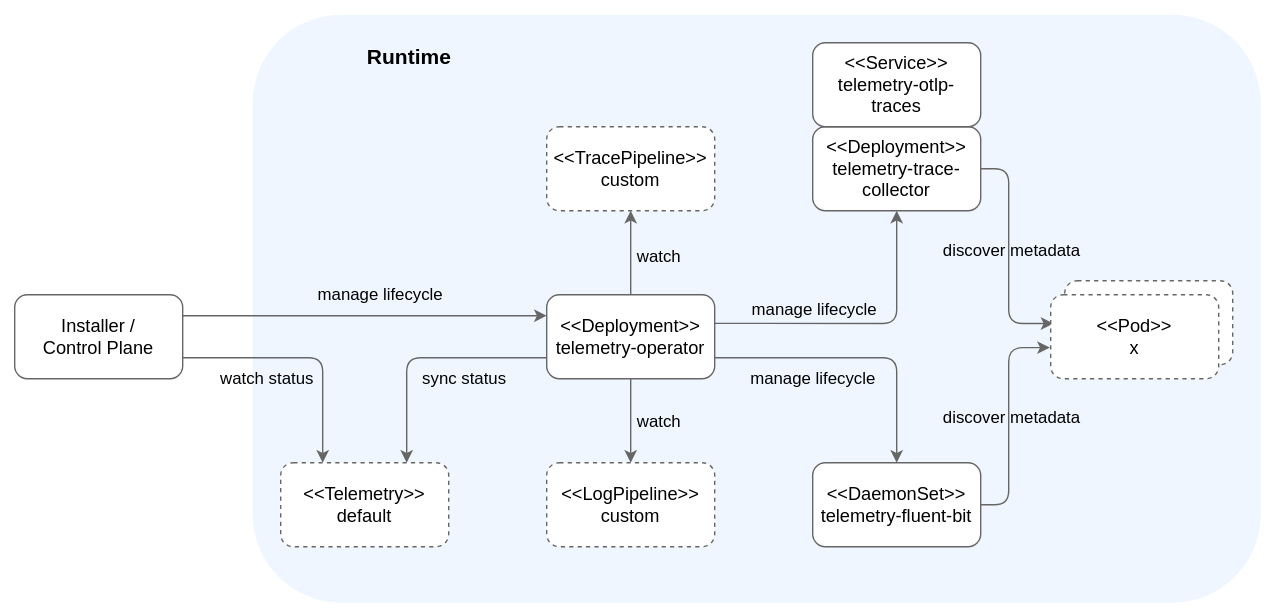
The draw.io diagram docs/user/assets/manager-lifecycle.drawio.svg in kyma-project/telemetry-manager, before a commit. Source tidied: cells renumbered, new cells last; positions are measured from the earlier drawing's top-left corner, leaving out a move shared by most shapes.
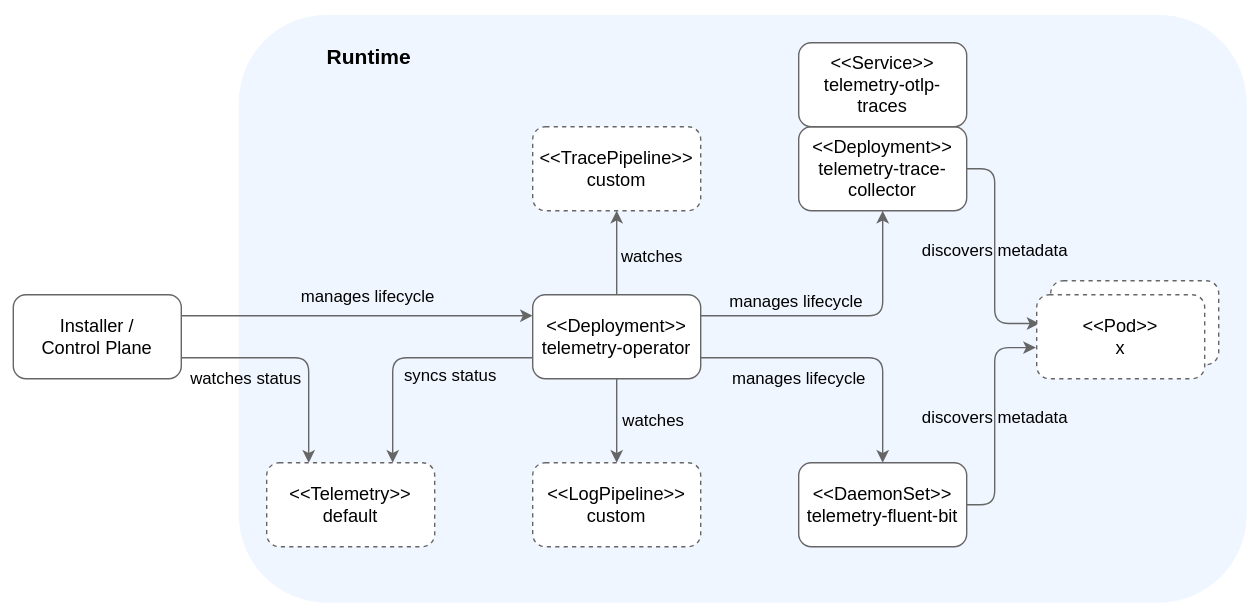
Above is the later version.

What changed in the source:
```diff
@@ -3,15 +3,15 @@
     <mxCell id="0" />
     <mxCell id="1" parent="0" />
     <mxCell id="2" style="rounded=0;whiteSpace=wrap;html=1;strokeColor=none;" parent="1" vertex="1">
-      <mxGeometry width="910" height="440" as="geometry" />
+      <mxGeometry x="10" width="900" height="440" as="geometry" />
     </mxCell>
-    <mxCell id="3" value="&lt;b&gt;&lt;font style=&quot;font-size: 15px;&quot;&gt;Runtime&amp;nbsp; &amp;nbsp; &amp;nbsp; &amp;nbsp; &amp;nbsp; &amp;nbsp; &amp;nbsp; &amp;nbsp; &amp;nbsp; &amp;nbsp; &amp;nbsp; &amp;nbsp; &amp;nbsp; &amp;nbsp; &amp;nbsp; &amp;nbsp; &amp;nbsp; &amp;nbsp; &amp;nbsp; &amp;nbsp; &amp;nbsp; &amp;nbsp; &amp;nbsp; &amp;nbsp; &amp;nbsp; &amp;nbsp; &amp;nbsp; &amp;nbsp; &amp;nbsp; &amp;nbsp; &amp;nbsp; &amp;nbsp; &amp;nbsp; &amp;nbsp; &amp;nbsp; &amp;nbsp; &amp;nbsp; &amp;nbsp; &amp;nbsp; &amp;nbsp; &amp;nbsp; &amp;nbsp; &amp;nbsp; &amp;nbsp; &amp;nbsp; &amp;nbsp; &amp;nbsp; &amp;nbsp; &amp;nbsp; &amp;nbsp; &amp;nbsp; &amp;nbsp; &amp;nbsp; &amp;nbsp; &amp;nbsp; &amp;nbsp; &amp;nbsp; &amp;nbsp; &amp;nbsp; &amp;nbsp;&lt;br&gt;&lt;br&gt;&lt;br&gt;&lt;br&gt;&lt;br&gt;&lt;br&gt;&lt;br&gt;&lt;br&gt;&lt;br&gt;&lt;br&gt;&lt;br&gt;&lt;br&gt;&lt;br&gt;&lt;br&gt;&lt;br&gt;&lt;br&gt;&lt;br&gt;&lt;br&gt;&lt;br&gt;&lt;br&gt;&lt;br&gt;&lt;/font&gt;&lt;/b&gt;" style="rounded=1;whiteSpace=wrap;html=1;strokeColor=none;fillColor=#F0F6FF;" parent="1" vertex="1">
+    <mxCell id="3" value="&lt;b&gt;&lt;font style=&quot;font-size: 15px;&quot;&gt;Runtime&amp;nbsp; &amp;nbsp; &amp;nbsp; &amp;nbsp; &amp;nbsp; &amp;nbsp; &amp;nbsp; &amp;nbsp; &amp;nbsp; &amp;nbsp; &amp;nbsp; &amp;nbsp; &amp;nbsp; &amp;nbsp; &amp;nbsp; &amp;nbsp; &amp;nbsp; &amp;nbsp; &amp;nbsp; &amp;nbsp; &amp;nbsp; &amp;nbsp; &amp;nbsp; &amp;nbsp; &amp;nbsp; &amp;nbsp; &amp;nbsp; &amp;nbsp; &amp;nbsp; &amp;nbsp; &amp;nbsp; &amp;nbsp; &amp;nbsp; &amp;nbsp; &amp;nbsp; &amp;nbsp; &amp;nbsp; &amp;nbsp; &amp;nbsp; &amp;nbsp; &amp;nbsp; &amp;nbsp; &amp;nbsp; &amp;nbsp; &amp;nbsp; &amp;nbsp; &amp;nbsp; &amp;nbsp; &amp;nbsp; &amp;nbsp; &amp;nbsp; &amp;nbsp; &amp;nbsp; &amp;nbsp; &amp;nbsp; &amp;nbsp; &amp;nbsp; &amp;nbsp; &amp;nbsp; &amp;nbsp; &amp;nbsp; &amp;nbsp; &amp;nbsp; &amp;nbsp;&amp;nbsp;&lt;br&gt;&lt;br&gt;&lt;br&gt;&lt;br&gt;&lt;br&gt;&lt;br&gt;&lt;br&gt;&lt;br&gt;&lt;br&gt;&lt;br&gt;&lt;br&gt;&lt;br&gt;&lt;br&gt;&lt;br&gt;&lt;br&gt;&lt;br&gt;&lt;br&gt;&lt;br&gt;&lt;br&gt;&lt;br&gt;&lt;br&gt;&lt;/font&gt;&lt;/b&gt;" style="rounded=1;whiteSpace=wrap;html=1;strokeColor=none;fillColor=#F0F6FF;" parent="1" vertex="1">
       <mxGeometry x="180" y="10" width="720" height="420" as="geometry" />
     </mxCell>
-    <mxCell id="4" style="edgeStyle=orthogonalEdgeStyle;html=1;exitX=1.001;exitY=0.341;exitDx=0;exitDy=0;entryX=0.5;entryY=1;entryDx=0;entryDy=0;elbow=vertical;rounded=1;strokeColor=#666666;exitPerimeter=0;" parent="1" edge="1" source="12" target="16">
+    <mxCell id="4" style="edgeStyle=orthogonalEdgeStyle;html=1;exitX=1;exitY=0.25;exitDx=0;exitDy=0;entryX=0.5;entryY=1;entryDx=0;entryDy=0;elbow=vertical;rounded=1;strokeColor=#666666;" parent="1" edge="1" source="12" target="16">
       <mxGeometry relative="1" as="geometry" />
     </mxCell>
-    <mxCell id="5" value="&lt;font style=&quot;font-size: 12px;&quot;&gt;manage lifecycle&lt;/font&gt;" style="edgeLabel;html=1;align=center;verticalAlign=middle;labelBackgroundColor=none;fontSize=12;" parent="4" vertex="1">
+    <mxCell id="5" value="&lt;font style=&quot;font-size: 12px;&quot;&gt;manages lifecycle&lt;/font&gt;" style="edgeLabel;html=1;align=center;verticalAlign=middle;labelBackgroundColor=none;fontSize=12;" parent="4" vertex="1">
       <mxGeometry x="0.07" y="4" relative="1" as="geometry">
         <mxPoint x="-42" y="-6" as="offset" />
       </mxGeometry>
@@ -19,7 +19,7 @@
     <mxCell id="6" style="edgeStyle=orthogonalEdgeStyle;rounded=1;html=1;exitX=1;exitY=0.75;exitDx=0;exitDy=0;entryX=0.5;entryY=0;entryDx=0;entryDy=0;elbow=vertical;strokeColor=#666666;" parent="1" edge="1" source="12" target="22">
       <mxGeometry relative="1" as="geometry" />
     </mxCell>
-    <mxCell id="7" value="manage lifecycle" style="edgeLabel;html=1;align=center;verticalAlign=middle;fontSize=12;labelBackgroundColor=none;" parent="6" vertex="1">
+    <mxCell id="7" value="manages lifecycle" style="edgeLabel;html=1;align=center;verticalAlign=middle;fontSize=12;labelBackgroundColor=none;" parent="6" vertex="1">
       <mxGeometry x="0.46" y="2" relative="1" as="geometry">
         <mxPoint x="-62" y="-5" as="offset" />
       </mxGeometry>
@@ -27,17 +27,17 @@
     <mxCell id="8" style="edgeStyle=orthogonalEdgeStyle;rounded=1;html=1;exitX=0.5;exitY=0;exitDx=0;exitDy=0;entryX=0.5;entryY=1;entryDx=0;entryDy=0;elbow=vertical;strokeColor=#666666;" parent="1" edge="1" source="12" target="23">
       <mxGeometry relative="1" as="geometry" />
     </mxCell>
-    <mxCell id="9" value="watch" style="edgeLabel;html=1;align=center;verticalAlign=middle;labelBackgroundColor=none;fontSize=12;" parent="8" vertex="1">
+    <mxCell id="9" value="watches" style="edgeLabel;html=1;align=center;verticalAlign=middle;labelBackgroundColor=none;fontSize=12;" parent="8" vertex="1">
       <mxGeometry x="-0.19" relative="1" as="geometry">
-        <mxPoint x="20" y="-3" as="offset" />
+        <mxPoint x="25" y="-3" as="offset" />
       </mxGeometry>
     </mxCell>
     <mxCell id="10" style="edgeStyle=orthogonalEdgeStyle;rounded=1;html=1;exitX=0.5;exitY=1;exitDx=0;exitDy=0;entryX=0.5;entryY=0;entryDx=0;entryDy=0;elbow=vertical;strokeColor=#666666;" parent="1" edge="1" source="12" target="25">
       <mxGeometry relative="1" as="geometry" />
     </mxCell>
-    <mxCell id="11" value="watch" style="edgeLabel;html=1;align=center;verticalAlign=middle;labelBackgroundColor=none;fontSize=12;" parent="10" vertex="1">
+    <mxCell id="11" value="watches" style="edgeLabel;html=1;align=center;verticalAlign=middle;labelBackgroundColor=none;fontSize=12;" parent="10" vertex="1">
       <mxGeometry x="0.04" y="1" relative="1" as="geometry">
-        <mxPoint x="19" as="offset" />
+        <mxPoint x="25" y="-1" as="offset" />
       </mxGeometry>
     </mxCell>
     <mxCell id="12" value="&amp;lt;&amp;lt;Deployment&amp;gt;&amp;gt;&lt;br style=&quot;font-size: 13px;&quot;&gt;telemetry-operator" style="rounded=1;whiteSpace=wrap;html=1;strokeColor=#666666;fontSize=13;" parent="1" vertex="1">
@@ -54,9 +54,9 @@
         </Array>
       </mxGeometry>
     </mxCell>
-    <mxCell id="15" value="discover metadata" style="edgeLabel;html=1;align=center;verticalAlign=middle;fontSize=12;labelBackgroundColor=none;" parent="14" vertex="1">
+    <mxCell id="15" value="discovers metadata" style="edgeLabel;html=1;align=center;verticalAlign=middle;fontSize=12;labelBackgroundColor=none;" parent="14" vertex="1">
       <mxGeometry x="-0.1" relative="1" as="geometry">
-        <mxPoint x="2" y="6" as="offset" />
+        <mxPoint y="6" as="offset" />
       </mxGeometry>
     </mxCell>
     <mxCell id="16" value="&lt;font style=&quot;font-size: 13px;&quot;&gt;&amp;lt;&amp;lt;Deployment&amp;gt;&amp;gt;&lt;br&gt;telemetry-trace-collector&lt;/font&gt;" style="rounded=1;whiteSpace=wrap;html=1;strokeColor=#666666;" parent="1" vertex="1">
@@ -69,13 +69,13 @@
         </Array>
       </mxGeometry>
     </mxCell>
-    <mxCell id="18" value="&lt;font style=&quot;font-size: 12px;&quot;&gt;watch status&lt;/font&gt;" style="edgeLabel;html=1;align=center;verticalAlign=middle;labelBackgroundColor=none;" parent="17" vertex="1">
+    <mxCell id="18" value="&lt;font style=&quot;font-size: 12px;&quot;&gt;watches status&lt;/font&gt;" style="edgeLabel;html=1;align=center;verticalAlign=middle;labelBackgroundColor=none;" parent="17" vertex="1">
       <mxGeometry x="0.52" y="-1" relative="1" as="geometry">
-        <mxPoint x="-39" y="-18" as="offset" />
+        <mxPoint x="-44" y="-20" as="offset" />
       </mxGeometry>
     </mxCell>
     <mxCell id="19" value="Installer /&lt;br style=&quot;font-size: 13px;&quot;&gt;Control Plane" style="rounded=1;whiteSpace=wrap;html=1;strokeColor=#666666;fontSize=13;" parent="1" vertex="1">
-      <mxGeometry x="10" y="210" width="120" height="60" as="geometry" />
+      <mxGeometry x="19" y="210" width="120" height="60" as="geometry" />
     </mxCell>
     <mxCell id="20" style="edgeStyle=orthogonalEdgeStyle;rounded=1;html=1;exitX=1;exitY=0.5;exitDx=0;exitDy=0;entryX=-0.005;entryY=0.63;entryDx=0;entryDy=0;elbow=vertical;strokeColor=#666666;entryPerimeter=0;" parent="1" edge="1" source="22" target="24">
       <mxGeometry relative="1" as="geometry">
@@ -85,9 +85,9 @@
         </Array>
       </mxGeometry>
     </mxCell>
-    <mxCell id="21" value="discover metadata" style="edgeLabel;html=1;align=center;verticalAlign=middle;fontSize=12;labelBackgroundColor=none;" parent="20" vertex="1">
+    <mxCell id="21" value="discovers metadata" style="edgeLabel;html=1;align=center;verticalAlign=middle;fontSize=12;labelBackgroundColor=none;" parent="20" vertex="1">
       <mxGeometry x="0.2" y="-1" relative="1" as="geometry">
-        <mxPoint x="1" y="15" as="offset" />
+        <mxPoint x="-1" y="15" as="offset" />
       </mxGeometry>
     </mxCell>
     <mxCell id="22" value="&amp;lt;&amp;lt;DaemonSet&amp;gt;&amp;gt;&lt;br style=&quot;font-size: 13px;&quot;&gt;telemetry-fluent-bit" style="rounded=1;whiteSpace=wrap;html=1;strokeColor=#666666;fontSize=13;" parent="1" vertex="1">
@@ -111,17 +111,17 @@
     <mxCell id="28" style="edgeStyle=orthogonalEdgeStyle;rounded=1;html=1;exitX=0;exitY=0.75;exitDx=0;exitDy=0;entryX=0.75;entryY=0;entryDx=0;entryDy=0;elbow=vertical;strokeColor=#666666;" parent="1" edge="1" source="12" target="27">
       <mxGeometry relative="1" as="geometry" />
     </mxCell>
-    <mxCell id="29" value="sync status" style="edgeLabel;html=1;align=center;verticalAlign=middle;labelBackgroundColor=none;fontSize=12;" parent="28" vertex="1">
+    <mxCell id="29" value="syncs status" style="edgeLabel;html=1;align=center;verticalAlign=middle;labelBackgroundColor=none;fontSize=12;" parent="28" vertex="1">
       <mxGeometry x="0.04" y="1" relative="1" as="geometry">
-        <mxPoint x="31" y="14" as="offset" />
+        <mxPoint x="31" y="12" as="offset" />
       </mxGeometry>
     </mxCell>
     <mxCell id="30" style="edgeStyle=orthogonalEdgeStyle;rounded=1;html=1;entryX=0;entryY=0.25;entryDx=0;entryDy=0;elbow=vertical;exitX=1;exitY=0.25;exitDx=0;exitDy=0;strokeColor=#666666;" parent="1" edge="1" source="19" target="12">
       <mxGeometry relative="1" as="geometry" />
     </mxCell>
-    <mxCell id="31" value="&lt;font style=&quot;font-size: 12px;&quot;&gt;manage lifecycle&lt;/font&gt;" style="edgeLabel;html=1;align=center;verticalAlign=middle;labelBackgroundColor=none;" parent="30" vertex="1">
+    <mxCell id="31" value="&lt;font style=&quot;font-size: 12px;&quot;&gt;manages lifecycle&lt;/font&gt;" style="edgeLabel;html=1;align=center;verticalAlign=middle;labelBackgroundColor=none;" parent="30" vertex="1">
       <mxGeometry x="0.52" y="-1" relative="1" as="geometry">
-        <mxPoint x="-57" y="-16" as="offset" />
+        <mxPoint x="-57" y="-14" as="offset" />
       </mxGeometry>
     </mxCell>
   </root>
```
